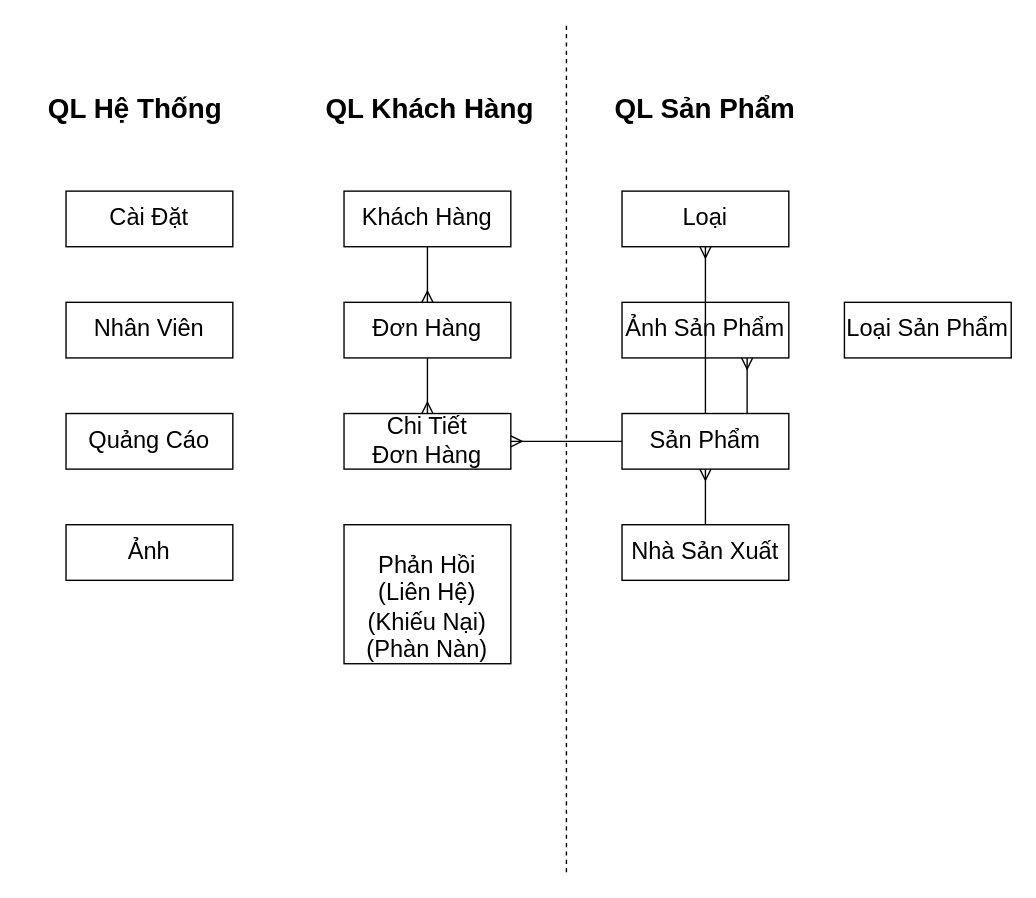
Above: page "Quan Hệ Thực Thể" (2 of 5) of docs/ERD/Sơ Đồ Thực Thể.dio in hoangcony004/project_hoang_vuong (draw.io), before the change. Source tidied: cells renumbered, new cells numbered last; positions are measured from the earlier drawing's top-left corner, leaving out a move shared by most shapes. Both pictures are drawn from the tidied source at 139%, with x=0, y=0 at pixel (24, 24).
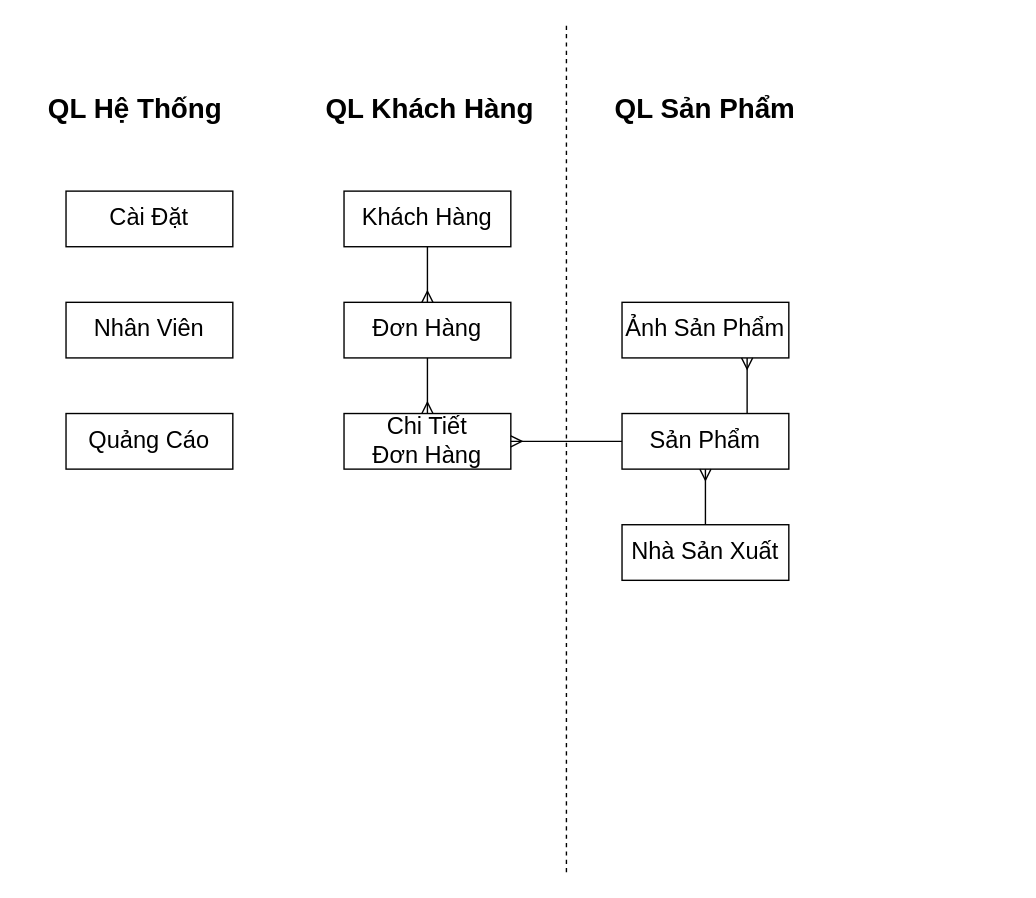
After the change.

The change refers to these unchanged cells:
```xml
<mxCell id="8" value="Sản Phẩm" style="whiteSpace=wrap;html=1;align=center;fontSize=17;" parent="1" vertex="1">
  <mxGeometry x="430" y="280" width="120" height="40" as="geometry" />
</mxCell>
```

What changed in the source:
```diff
@@
-    <mxCell id="3" value="Loại" style="whiteSpace=wrap;html=1;align=center;fontSize=17;" parent="1" vertex="1">
-      <mxGeometry x="430" y="120" width="120" height="40" as="geometry" />
-    </mxCell>
@@
-    <mxCell id="9" value="Ảnh" style="whiteSpace=wrap;html=1;align=center;fontSize=17;" parent="1" vertex="1">
-      <mxGeometry x="30" y="360" width="120" height="40" as="geometry" />
-    </mxCell>
-    <mxCell id="10" value="Loại Sản Phẩm" style="whiteSpace=wrap;html=1;align=center;fontSize=17;" parent="1" vertex="1">
-      <mxGeometry x="590" y="200" width="120" height="40" as="geometry" />
-    </mxCell>
@@
-    <mxCell id="14" value="&lt;br&gt;Phản Hồi&lt;br&gt;(Liên Hệ)&lt;br&gt;(Khiếu Nại)&lt;br&gt;(Phàn Nàn)" style="whiteSpace=wrap;html=1;align=center;fontSize=17;" parent="1" vertex="1">
-      <mxGeometry x="230" y="360" width="120" height="100" as="geometry" />
-    </mxCell>
@@
-    <mxCell id="19" style="fontSize=12;html=1;endArrow=ERmany;entryX=0.5;entryY=1;entryDx=0;entryDy=0;" parent="1" edge="1" source="8" target="3">
-      <mxGeometry relative="1" as="geometry" />
-    </mxCell>
```
